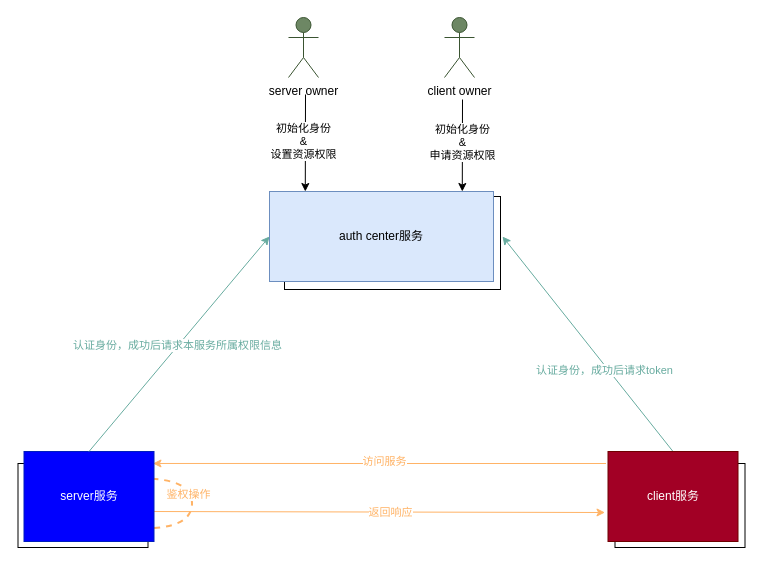
Above: 鉴权中心一期.drawio in gitcodeporter/draw-uml (draw.io), before the change. Source tidied: cells renumbered, new cells numbered last; positions are measured from the earlier drawing's top-left corner, leaving out a move shared by most shapes. Both pictures are drawn from the tidied source at 100%, with x=0, y=0 at pixel (17, 17).
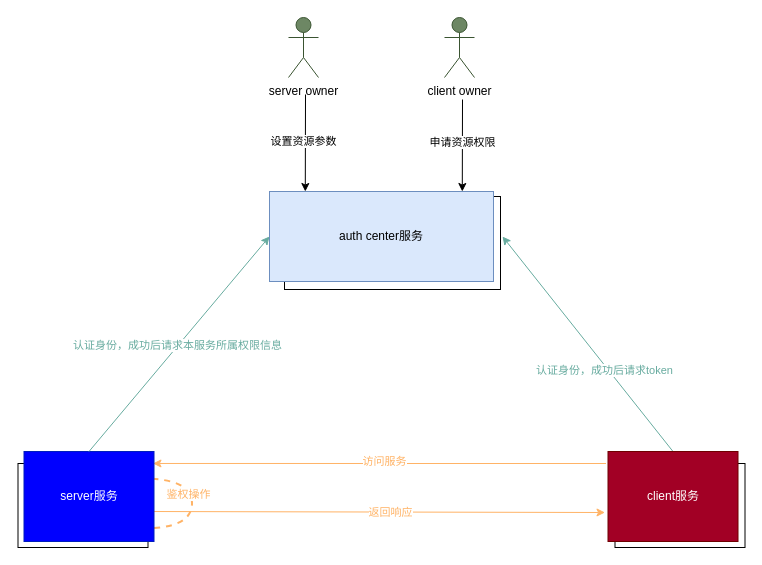
The same diagram, later.

Commit message:
更新鉴权中心一期.drawio

The change refers to these unchanged cells:
```xml
<mxCell id="16" style="edgeStyle=none;rounded=0;orthogonalLoop=1;jettySize=auto;html=1;entryX=0.25;entryY=0;entryDx=0;entryDy=0;startArrow=none;startFill=0;strokeWidth=1;strokeColor=#000000;" parent="1" edge="1">
  <mxGeometry relative="1" as="geometry">
    <mxPoint x="288" y="77" as="sourcePoint" />
    <mxPoint x="287.8" y="174" as="targetPoint" />
  </mxGeometry>
</mxCell>
<mxCell id="19" style="edgeStyle=none;rounded=0;orthogonalLoop=1;jettySize=auto;html=1;entryX=0.25;entryY=0;entryDx=0;entryDy=0;startArrow=none;startFill=0;strokeWidth=1;strokeColor=#000000;" parent="1" edge="1">
  <mxGeometry relative="1" as="geometry">
    <mxPoint x="445" y="82" as="sourcePoint" />
    <mxPoint x="444.8" y="174" as="targetPoint" />
  </mxGeometry>
</mxCell>
```

Change to the diagram source:
```diff
@@
-    <mxCell id="17" value="初始化身份&lt;br&gt;&amp;amp;&lt;br&gt;设置资源权限" style="edgeLabel;html=1;align=center;verticalAlign=middle;fontColor=#000000;" parent="16" vertex="1">
+    <mxCell id="17" value="设置资源参数" style="edgeLabel;html=1;align=center;verticalAlign=middle;fontColor=#000000;" parent="16" vertex="1">
       <mxGeometry x="-0.03" y="-2" relative="1" as="geometry" />
     </mxCell>
@@
-    <mxCell id="20" value="&lt;font color=&quot;#000000&quot;&gt;初始化身份&lt;br&gt;&amp;amp;&lt;br&gt;申请资源权限&lt;/font&gt;" style="edgeLabel;html=1;align=center;verticalAlign=middle;fontColor=#A20025;" parent="19" vertex="1">
+    <mxCell id="20" value="&lt;font color=&quot;#000000&quot;&gt;申请资源权限&lt;/font&gt;" style="edgeLabel;html=1;align=center;verticalAlign=middle;fontColor=#A20025;" parent="19" vertex="1">
       <mxGeometry x="-0.06" relative="1" as="geometry" />
     </mxCell>
```
